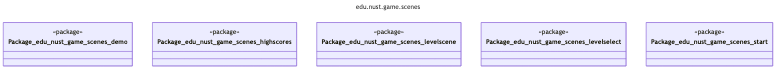
Earlier version of the Mermaid export uml/generated/png/package_edu_nust_game_scenes.png (zombie-zero-nust/zombie-zero). Its source is kept beside it as uml/generated/mmd/package_edu_nust_game_scenes.mmd.
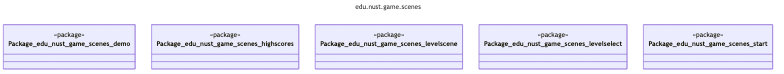
The same file after the commit.

Diff of the diagram source:
```diff
@@ -2,7 +2,7 @@
 title: edu.nust.game.scenes
 config:
   look: classic
-  layout: dagre
+  layout: elk
   flowchart:
     curve: linear
   class:
```
